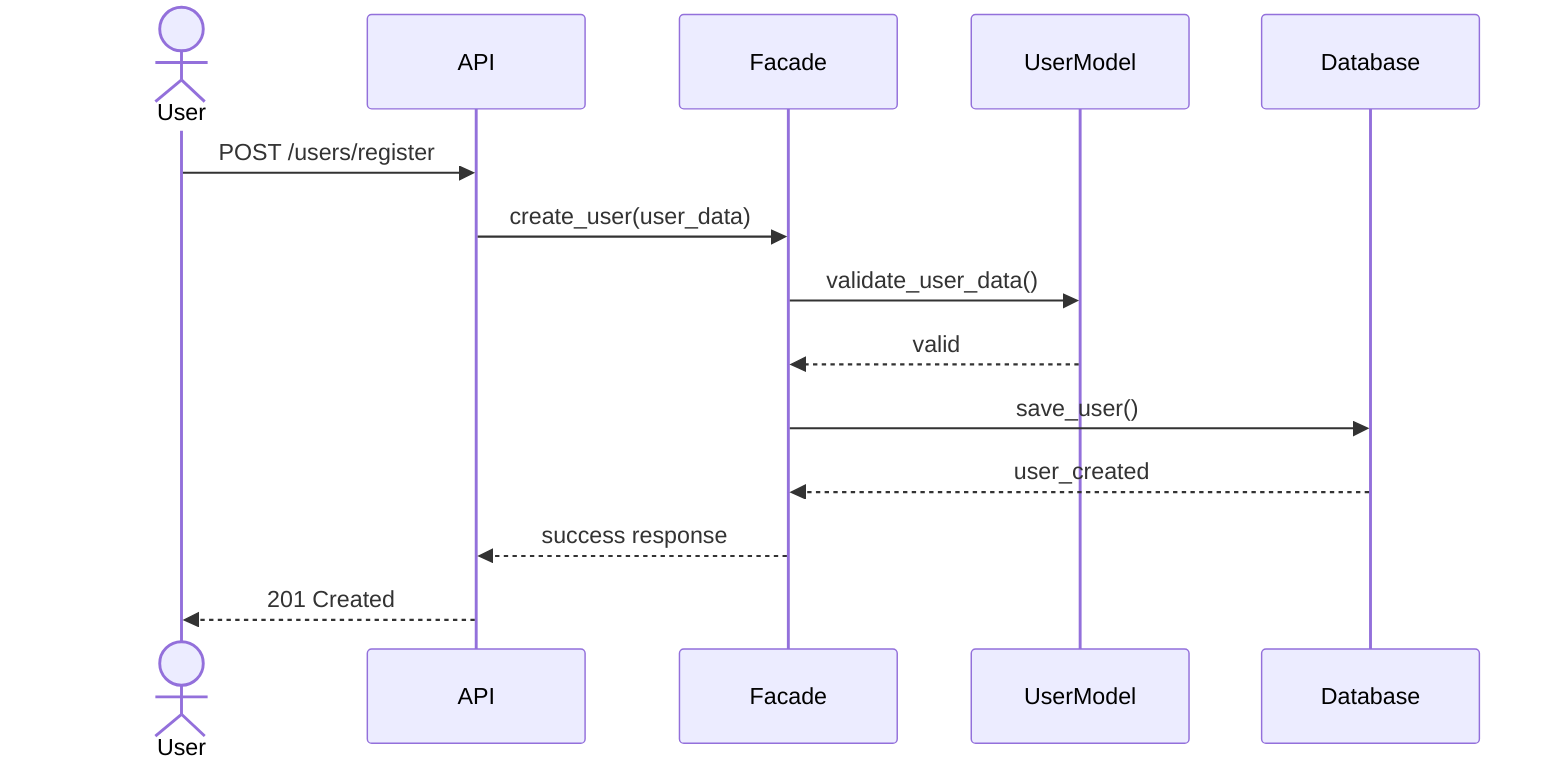
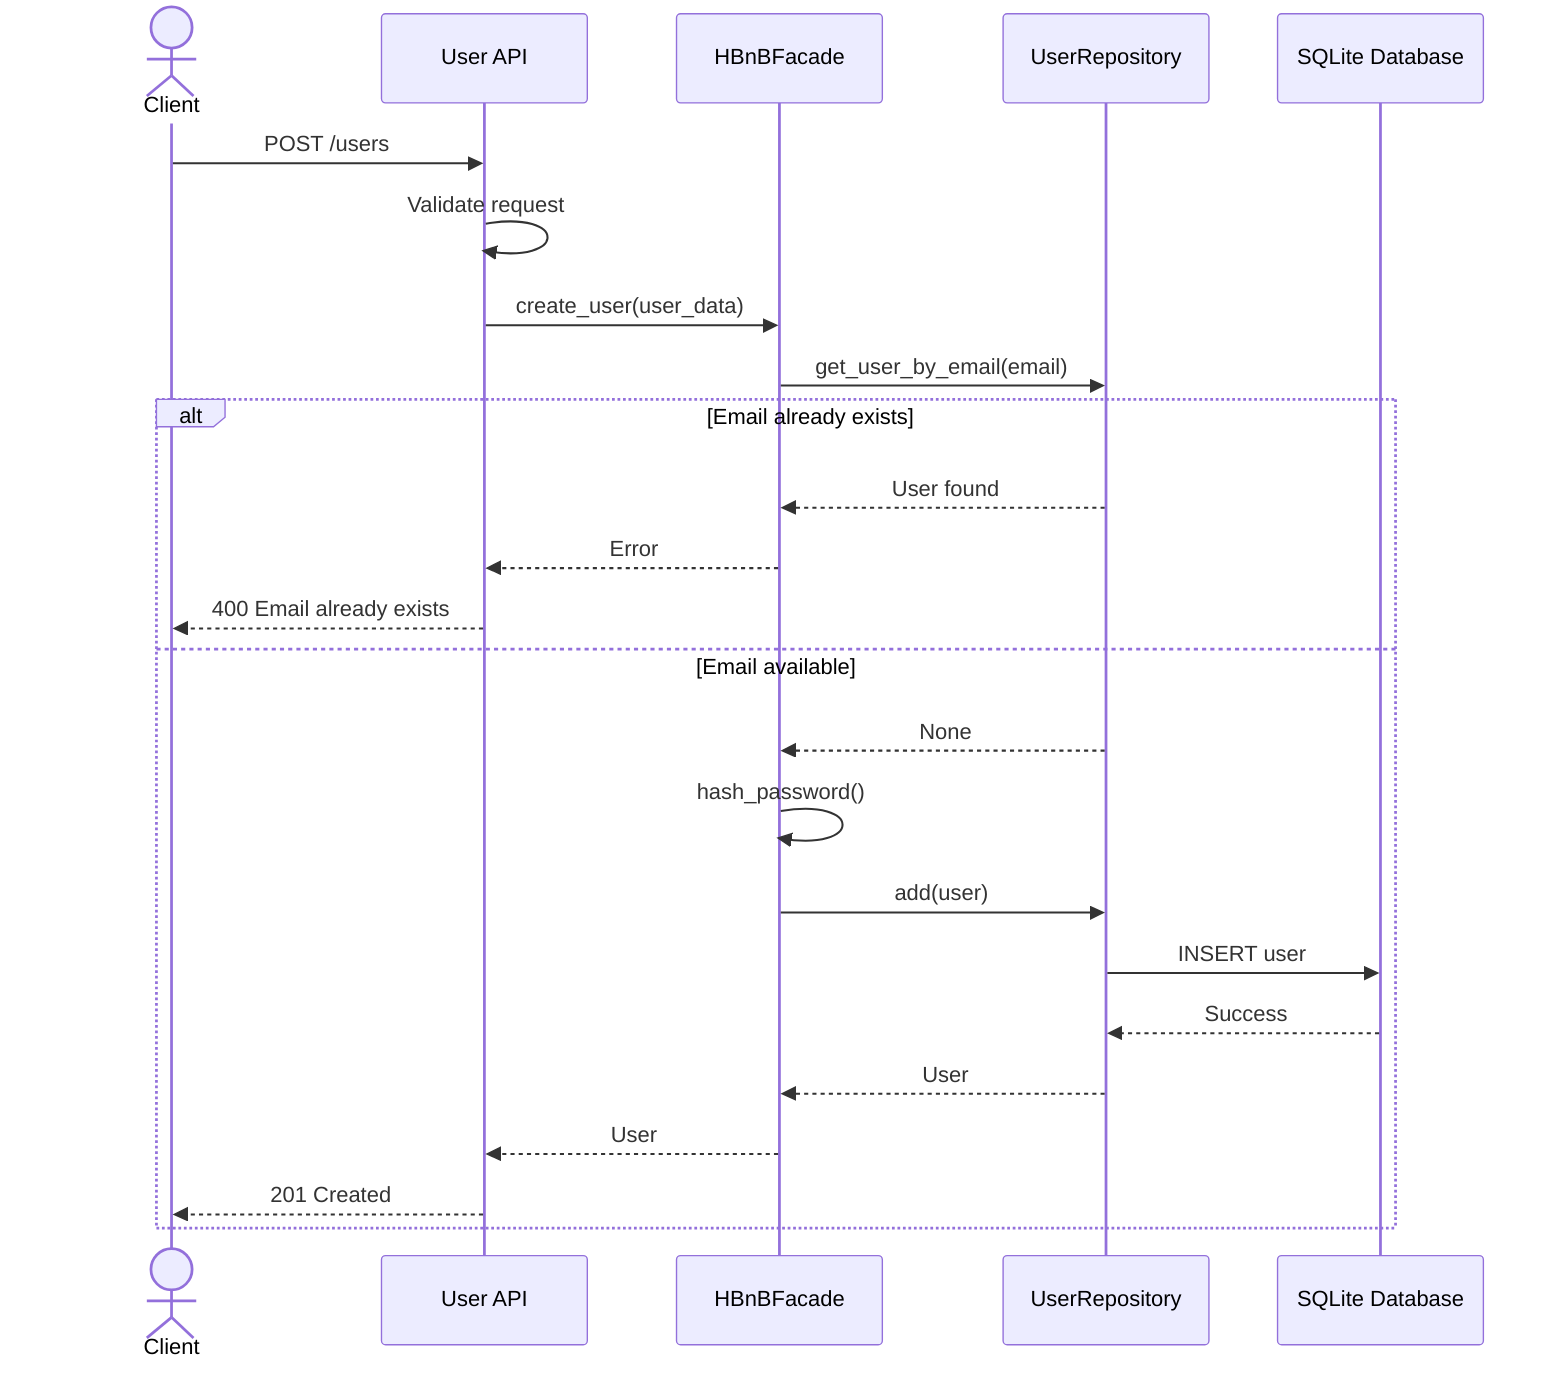
sequenceDiagram

- actor User
+     actor Client

- participant API
- participant Facade
- participant UserModel
- participant Database
+     participant API as User API
+     participant Facade as HBnBFacade
+     participant Repo as UserRepository
+     participant DB as SQLite Database

- User->>API: POST /users/register
- API->>Facade: create_user(user_data)
+     Client->>API: POST /users
+     API->>API: Validate request

- Facade->>UserModel: validate_user_data()
+     API->>Facade: create_user(user_data)

- UserModel-->>Facade: valid
+     Facade->>Repo: get_user_by_email(email)

- Facade->>Database: save_user()
+     alt Email already exists
+         Repo-->>Facade: User found
+         Facade-->>API: Error
+         API-->>Client: 400 Email already exists

- Database-->>Facade: user_created
+     else Email available
+         Repo-->>Facade: None

- Facade-->>API: success response
+         Facade->>Facade: hash_password()

- API-->>User: 201 Created
+         Facade->>Repo: add(user)

+         Repo->>DB: INSERT user
+         DB-->>Repo: Success
+ 
+         Repo-->>Facade: User
+ 
+         Facade-->>API: User
+ 
+         API-->>Client: 201 Created
+     end
